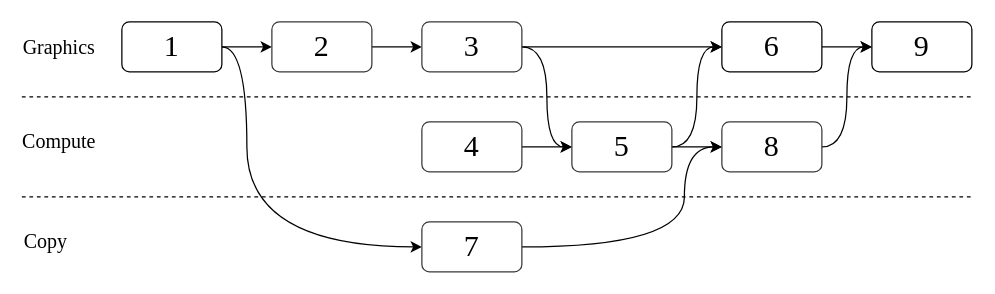
Before: fg-multiqueues.drawio in atyuwen/digram-cache, a draw.io diagram. Source tidied: cells renumbered, new cells numbered last; positions are measured from the earlier drawing's top-left corner, leaving out a move shared by most shapes. Both pictures are drawn from the tidied source at 125%, with x=0, y=0 at pixel (21, 21).
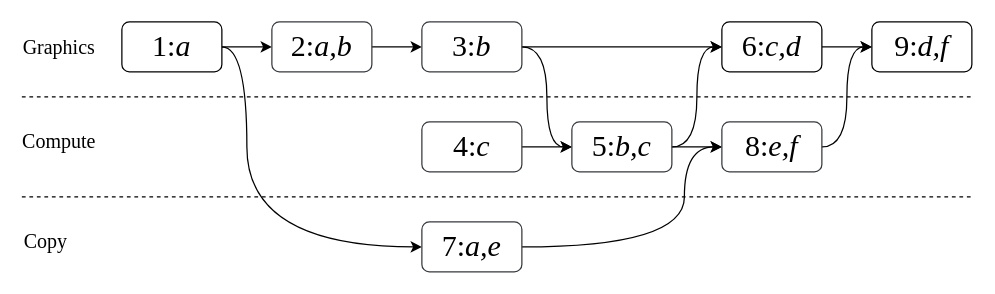
The same diagram, later.

Diff of the diagram source:
```diff
@@
-    <mxCell id="4" value="1" style="rounded=1;whiteSpace=wrap;html=1;fontFamily=Times New Roman;fontSize=24;" parent="1" vertex="1">
+    <mxCell id="4" value="1:&lt;i&gt;a&lt;/i&gt;" style="rounded=1;whiteSpace=wrap;html=1;fontFamily=Times New Roman;fontSize=24;" parent="1" vertex="1">
       <mxGeometry x="80" width="80" height="40" as="geometry" />
     </mxCell>
@@
-    <mxCell id="6" value="2" style="rounded=1;whiteSpace=wrap;html=1;fontFamily=Times New Roman;fontSize=24;labelBackgroundColor=none;fillColor=none;strokeColor=#36393d;" parent="1" vertex="1">
+    <mxCell id="6" value="2:&lt;i&gt;a,b&lt;/i&gt;" style="rounded=1;whiteSpace=wrap;html=1;fontFamily=Times New Roman;fontSize=24;labelBackgroundColor=none;fillColor=none;strokeColor=#36393d;" parent="1" vertex="1">
       <mxGeometry x="200" width="80" height="40" as="geometry" />
     </mxCell>
@@
-    <mxCell id="9" value="3" style="rounded=1;whiteSpace=wrap;html=1;fontFamily=Times New Roman;fontSize=24;fillColor=none;strokeColor=#36393d;" parent="1" vertex="1">
+    <mxCell id="9" value="3:&lt;i&gt;b&lt;/i&gt;" style="rounded=1;whiteSpace=wrap;html=1;fontFamily=Times New Roman;fontSize=24;fillColor=none;strokeColor=#36393d;" parent="1" vertex="1">
       <mxGeometry x="320" width="80" height="40" as="geometry" />
     </mxCell>
@@
-    <mxCell id="11" value="6" style="rounded=1;whiteSpace=wrap;html=1;fontFamily=Times New Roman;fontSize=24;" parent="1" vertex="1">
+    <mxCell id="11" value="6:&lt;i&gt;c,d&lt;/i&gt;" style="rounded=1;whiteSpace=wrap;html=1;fontFamily=Times New Roman;fontSize=24;" parent="1" vertex="1">
       <mxGeometry x="560" width="80" height="40" as="geometry" />
     </mxCell>
@@
-    <mxCell id="13" value="4" style="rounded=1;whiteSpace=wrap;html=1;fontFamily=Times New Roman;fontSize=24;fillColor=none;strokeColor=#36393d;" parent="1" vertex="1">
+    <mxCell id="13" value="4:&lt;i&gt;c&lt;/i&gt;" style="rounded=1;whiteSpace=wrap;html=1;fontFamily=Times New Roman;fontSize=24;fillColor=none;strokeColor=#36393d;" parent="1" vertex="1">
       <mxGeometry x="320" y="80" width="80" height="40" as="geometry" />
     </mxCell>
@@
-    <mxCell id="16" value="5" style="rounded=1;whiteSpace=wrap;html=1;fontFamily=Times New Roman;fontSize=24;fillColor=none;strokeColor=#36393d;" parent="1" vertex="1">
+    <mxCell id="16" value="5:&lt;i&gt;b,c&lt;/i&gt;" style="rounded=1;whiteSpace=wrap;html=1;fontFamily=Times New Roman;fontSize=24;fillColor=none;strokeColor=#36393d;" parent="1" vertex="1">
       <mxGeometry x="440" y="80" width="80" height="40" as="geometry" />
     </mxCell>
@@
-    <mxCell id="21" value="7" style="rounded=1;whiteSpace=wrap;html=1;fontFamily=Times New Roman;fontSize=24;fillColor=none;strokeColor=#36393d;" parent="1" vertex="1">
+    <mxCell id="21" value="7:&lt;i&gt;a,e&lt;/i&gt;" style="rounded=1;whiteSpace=wrap;html=1;fontFamily=Times New Roman;fontSize=24;fillColor=none;strokeColor=#36393d;" parent="1" vertex="1">
       <mxGeometry x="320" y="160" width="80" height="40" as="geometry" />
     </mxCell>
@@
-    <mxCell id="24" value="9" style="rounded=1;whiteSpace=wrap;html=1;fontFamily=Times New Roman;fontSize=24;" parent="1" vertex="1">
+    <mxCell id="24" value="9:&lt;i&gt;d,f&lt;/i&gt;" style="rounded=1;whiteSpace=wrap;html=1;fontFamily=Times New Roman;fontSize=24;" parent="1" vertex="1">
       <mxGeometry x="680" width="80" height="40" as="geometry" />
     </mxCell>
@@
-    <mxCell id="26" value="8" style="rounded=1;whiteSpace=wrap;html=1;fontFamily=Times New Roman;fontSize=24;fillColor=none;strokeColor=#36393d;" parent="1" vertex="1">
+    <mxCell id="26" value="8:&lt;i&gt;e,f&lt;/i&gt;" style="rounded=1;whiteSpace=wrap;html=1;fontFamily=Times New Roman;fontSize=24;fillColor=none;strokeColor=#36393d;" parent="1" vertex="1">
       <mxGeometry x="560" y="80" width="80" height="40" as="geometry" />
     </mxCell>
```
